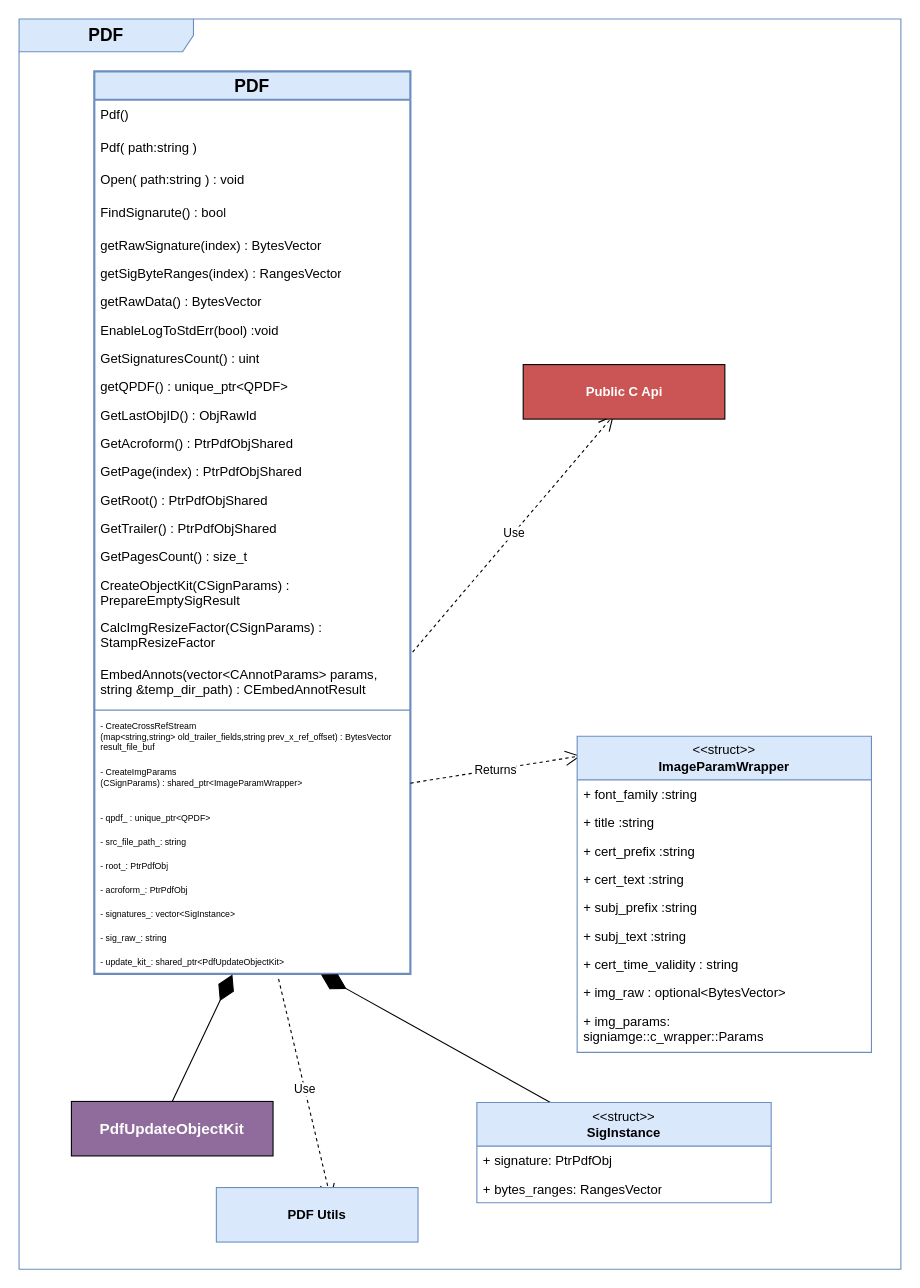
Earlier version of the draw.io diagram page "PDF" (12 of 17) of basic_struct_draft.drawio (3036662/pdf_scp). Source tidied: cells renumbered, new cells numbered last; positions are measured from the earlier drawing's top-left corner, leaving out a move shared by most shapes. Both pictures are drawn from the tidied source at 109%, with x=0, y=0 at pixel (19, 19).
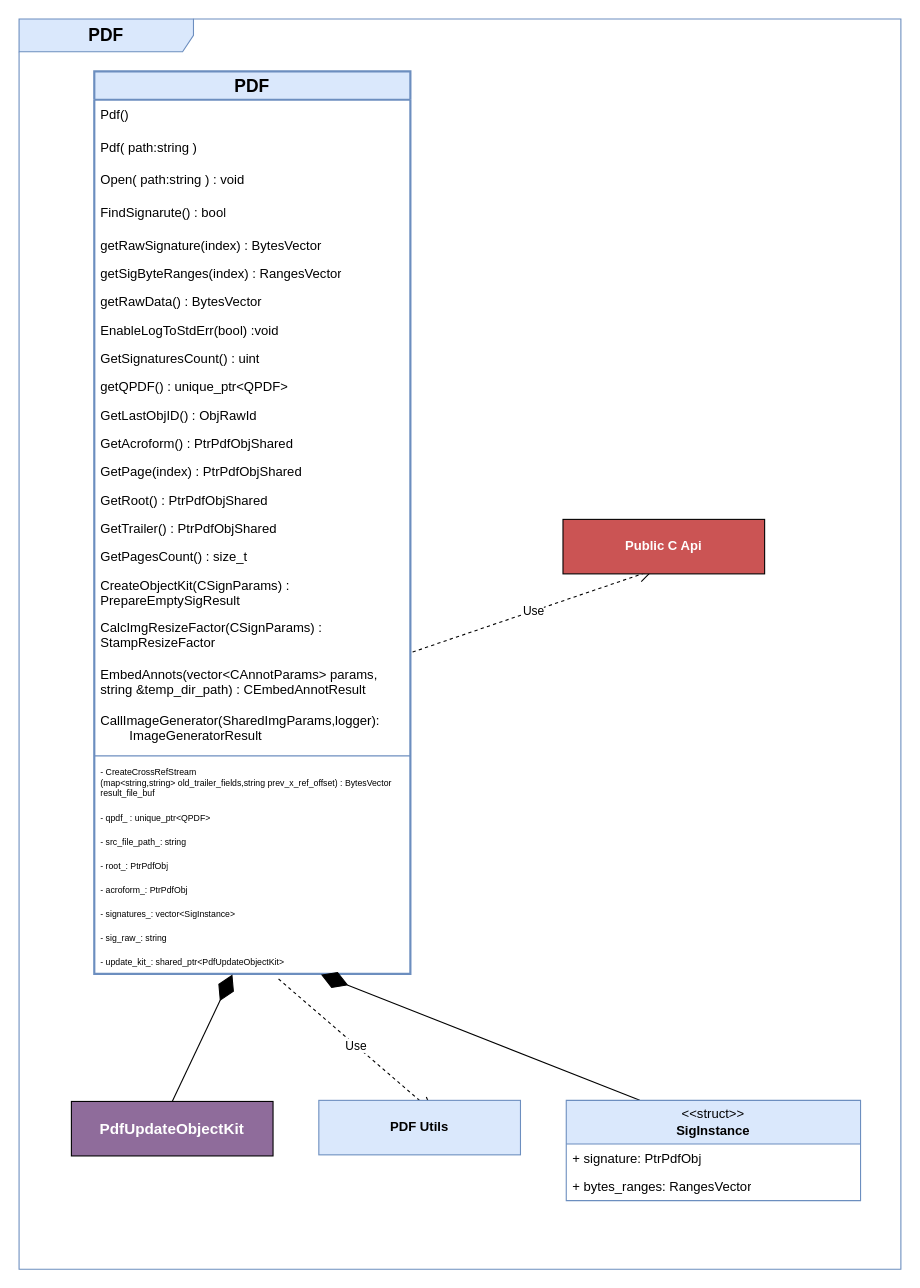
The same diagram, later.

Unchanged cells that the change refers to:
```xml
<mxCell id="2" value="&lt;span&gt;PDF&lt;/span&gt;" style="swimlane;fontStyle=1;horizontal=1;startSize=26;fillColor=#dae8fc;whiteSpace=wrap;html=1;strokeColor=#6c8ebf;strokeWidth=2;fontSize=16;" parent="1" vertex="1">
  <mxGeometry x="69" y="48" width="290" height="828" as="geometry" />
</mxCell>
<mxCell id="39" value="&lt;b&gt;&lt;font style=&quot;font-size: 16px;&quot;&gt;PDF&lt;/font&gt;&lt;/b&gt;" style="shape=umlFrame;whiteSpace=wrap;html=1;width=160;fillColor=#dae8fc;strokeColor=#6c8ebf;" parent="1" vertex="1">
  <mxGeometry width="809" height="1147" as="geometry" />
</mxCell>
```

What changed in the source:
```diff
@@
+    <mxCell id="54" value="CallImageGenerator(SharedImgParams,logger):&lt;br&gt;&lt;div&gt;&lt;span style=&quot;white-space: pre;&quot;&gt;&#9;&lt;/span&gt;ImageGeneratorResult&lt;/div&gt;&lt;span style=&quot;white-space: pre;&quot;&gt;&#9;&lt;/span&gt;&lt;br&gt;&lt;span style=&quot;white-space: pre;&quot;&gt;&#9;&lt;/span&gt;" style="text;strokeColor=none;fillColor=none;align=left;verticalAlign=top;spacingLeft=4;spacingRight=4;overflow=hidden;whiteSpace=wrap;html=1;" parent="2" vertex="1">
+      <mxGeometry y="582" width="290" height="42" as="geometry" />
+    </mxCell>
     <mxCell id="22" style="line;strokeWidth=1;fillColor=none;align=left;verticalAlign=middle;spacingTop=-1;spacingLeft=3;spacingRight=3;labelPosition=right;strokeColor=inherit;" parent="2" vertex="1">
-      <mxGeometry y="582" width="290" height="8" as="geometry" />
+      <mxGeometry y="624" width="290" height="8" as="geometry" />
     </mxCell>
     <mxCell id="23" value="- CreateCrossRefStream&lt;br&gt; (map&amp;lt;string,string&amp;gt; old_trailer_fields,string prev_x_ref_offset) : BytesVector result_file_buf" style="text;strokeColor=none;fillColor=none;align=left;verticalAlign=top;spacingLeft=4;spacingRight=4;overflow=hidden;whiteSpace=wrap;html=1;fontSize=8;" parent="2" vertex="1">
-      <mxGeometry y="590" width="290" height="42" as="geometry" />
+      <mxGeometry y="632" width="290" height="42" as="geometry" />
     </mxCell>
-    <mxCell id="24" value="- CreateImgParams&lt;br&gt; (CSignParams) : shared_ptr&amp;lt;ImageParamWrapper&amp;gt;" style="text;strokeColor=none;fillColor=none;align=left;verticalAlign=top;spacingLeft=4;spacingRight=4;overflow=hidden;points=[[0,0.5],[1,0.5]];portConstraint=eastwest;whiteSpace=wrap;html=1;fontSize=8;" parent="2" vertex="1">
-      <mxGeometry y="632" width="290" height="42" as="geometry" />
-    </mxCell>
@@
-    <mxCell id="34" value="Returns" style="endArrow=open;endSize=12;dashed=1;html=1;rounded=0;exitX=1;exitY=0.5;exitDx=0;exitDy=0;entryX=0.012;entryY=0.062;entryDx=0;entryDy=0;entryPerimeter=0;" parent="1" edge="1" source="24" target="41">
-      <mxGeometry relative="1" as="geometry" />
-    </mxCell>
@@
-    <mxCell id="38" value="&lt;b&gt;PDF Utils&lt;/b&gt;" style="html=1;whiteSpace=wrap;fillColor=#dae8fc;strokeColor=#6c8ebf;" parent="1" vertex="1">
-      <mxGeometry x="181" y="1072" width="185" height="50" as="geometry" />
-    </mxCell>
@@
     <mxCell id="40" value="&lt;b&gt;Public C Api&lt;/b&gt;" style="html=1;whiteSpace=wrap;fillColor=#CB5454;fontColor=#FFFFFF;" parent="39" vertex="1">
-      <mxGeometry x="462.5" y="317" width="185" height="50" as="geometry" />
+      <mxGeometry x="499" y="459" width="185" height="50" as="geometry" />
     </mxCell>
-    <mxCell id="41" value="&lt;div&gt;&amp;lt;&amp;lt;struct&amp;gt;&amp;gt;&lt;b&gt;&lt;br&gt;&lt;/b&gt;&lt;/div&gt;&lt;div&gt;&lt;b&gt;ImageParamWrapper&lt;/b&gt;&lt;/div&gt;" style="swimlane;fontStyle=0;horizontal=1;startSize=40;fillColor=#dae8fc;whiteSpace=wrap;html=1;strokeColor=#6c8ebf;" parent="39" vertex="1">
-      <mxGeometry x="512" y="658" width="270" height="290" as="geometry" />
-    </mxCell>
-    <mxCell id="42" value="+ font_family :string" style="text;strokeColor=none;fillColor=none;align=left;verticalAlign=top;spacingLeft=4;spacingRight=4;overflow=hidden;whiteSpace=wrap;html=1;" parent="41" vertex="1">
-      <mxGeometry y="40" width="270" height="26" as="geometry" />
-    </mxCell>
-    <mxCell id="43" value="+ title :string" style="text;strokeColor=none;fillColor=none;align=left;verticalAlign=top;spacingLeft=4;spacingRight=4;overflow=hidden;whiteSpace=wrap;html=1;" parent="41" vertex="1">
-      <mxGeometry y="66" width="270" height="26" as="geometry" />
-    </mxCell>
-    <mxCell id="44" value="+ cert_prefix :string" style="text;strokeColor=none;fillColor=none;align=left;verticalAlign=top;spacingLeft=4;spacingRight=4;overflow=hidden;whiteSpace=wrap;html=1;" parent="41" vertex="1">
-      <mxGeometry y="92" width="270" height="26" as="geometry" />
-    </mxCell>
-    <mxCell id="45" value="+ cert_text :string" style="text;strokeColor=none;fillColor=none;align=left;verticalAlign=top;spacingLeft=4;spacingRight=4;overflow=hidden;whiteSpace=wrap;html=1;" parent="41" vertex="1">
-      <mxGeometry y="118" width="270" height="26" as="geometry" />
-    </mxCell>
-    <mxCell id="46" value="+ subj_prefix :string" style="text;strokeColor=none;fillColor=none;align=left;verticalAlign=top;spacingLeft=4;spacingRight=4;overflow=hidden;whiteSpace=wrap;html=1;" parent="41" vertex="1">
-      <mxGeometry y="144" width="270" height="26" as="geometry" />
-    </mxCell>
-    <mxCell id="47" value="+ subj_text :string" style="text;strokeColor=none;fillColor=none;align=left;verticalAlign=top;spacingLeft=4;spacingRight=4;overflow=hidden;whiteSpace=wrap;html=1;" parent="41" vertex="1">
-      <mxGeometry y="170" width="270" height="26" as="geometry" />
-    </mxCell>
-    <mxCell id="48" value="+ cert_time_validity : string" style="text;strokeColor=none;fillColor=none;align=left;verticalAlign=top;spacingLeft=4;spacingRight=4;overflow=hidden;whiteSpace=wrap;html=1;" parent="41" vertex="1">
-      <mxGeometry y="196" width="270" height="26" as="geometry" />
-    </mxCell>
-    <mxCell id="49" value="+ img_raw : optional&amp;lt;BytesVector&amp;gt;" style="text;strokeColor=none;fillColor=none;align=left;verticalAlign=top;spacingLeft=4;spacingRight=4;overflow=hidden;whiteSpace=wrap;html=1;" parent="41" vertex="1">
-      <mxGeometry y="222" width="270" height="26" as="geometry" />
-    </mxCell>
-    <mxCell id="50" value="&lt;div&gt;+ img_params:&lt;/div&gt;&lt;div&gt;signiamge::c_wrapper::Params&lt;/div&gt;" style="text;strokeColor=none;fillColor=none;align=left;verticalAlign=top;spacingLeft=4;spacingRight=4;overflow=hidden;whiteSpace=wrap;html=1;" parent="41" vertex="1">
-      <mxGeometry y="248" width="270" height="42" as="geometry" />
-    </mxCell>
     <mxCell id="51" value="&lt;div&gt;&amp;lt;&amp;lt;struct&amp;gt;&amp;gt;&lt;b&gt;&lt;br&gt;&lt;/b&gt;&lt;/div&gt;&lt;div&gt;&lt;b&gt;SigInstance&lt;/b&gt;&lt;/div&gt;" style="swimlane;fontStyle=0;horizontal=1;startSize=40;fillColor=#dae8fc;whiteSpace=wrap;html=1;strokeColor=#6c8ebf;" parent="39" vertex="1">
-      <mxGeometry x="420" y="994" width="270" height="92" as="geometry" />
+      <mxGeometry x="502" y="992" width="270" height="92" as="geometry" />
     </mxCell>
@@
+    <mxCell id="38" value="&lt;b&gt;PDF Utils&lt;/b&gt;" style="html=1;whiteSpace=wrap;fillColor=#dae8fc;strokeColor=#6c8ebf;" parent="39" vertex="1">
+      <mxGeometry x="275" y="992" width="185" height="50" as="geometry" />
+    </mxCell>
```
